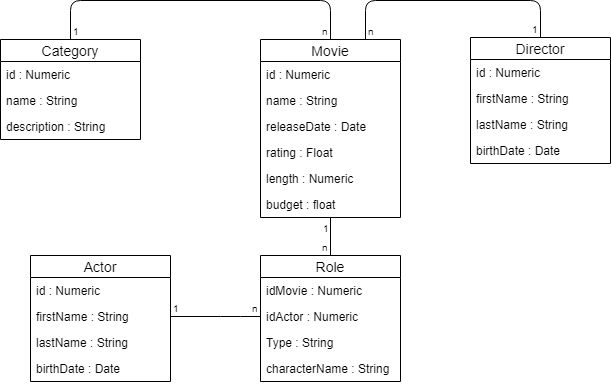
Before: mssql/SQLmodelLogiczny.png, a diagram exported from draw.io (jdabrowski11926/SBD_LAB4). Source tidied: cells renumbered, new cells last; positions are measured from the earlier drawing's top-left corner, leaving out a move shared by most shapes.
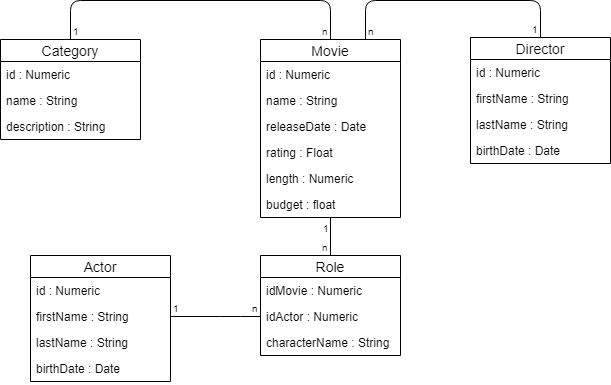
The same file after the commit.

What changed in the source:
```diff
@@ -65,7 +65,7 @@
       <mxGeometry y="100" width="140" height="26" as="geometry" />
     </mxCell>
     <mxCell id="21" value="Role" style="swimlane;fontStyle=0;horizontal=1;startSize=22;fillColor=none;swimlaneFillColor=#ffffff;align=center;fontSize=14;" parent="1" vertex="1">
-      <mxGeometry x="260" y="255" width="140" height="126" as="geometry" />
+      <mxGeometry x="260" y="255" width="140" height="100" as="geometry" />
     </mxCell>
     <mxCell id="22" value="idMovie : Numeric" style="text;strokeColor=none;fillColor=none;spacingLeft=4;spacingRight=4;overflow=hidden;fontSize=12;" parent="21" vertex="1">
       <mxGeometry y="22" width="140" height="26" as="geometry" />
@@ -73,11 +73,8 @@
     <mxCell id="23" value="idActor : Numeric" style="text;strokeColor=none;fillColor=none;spacingLeft=4;spacingRight=4;overflow=hidden;fontSize=12;" parent="21" vertex="1">
       <mxGeometry y="48" width="140" height="26" as="geometry" />
     </mxCell>
-    <mxCell id="24" value="Type : String" style="text;strokeColor=none;fillColor=none;spacingLeft=4;spacingRight=4;overflow=hidden;fontSize=12;" parent="21" vertex="1">
-      <mxGeometry y="74" width="140" height="26" as="geometry" />
-    </mxCell>
     <mxCell id="25" value="characterName : String" style="text;strokeColor=none;fillColor=none;spacingLeft=4;spacingRight=4;overflow=hidden;fontSize=12;" parent="21" vertex="1">
-      <mxGeometry y="100" width="140" height="26" as="geometry" />
+      <mxGeometry y="74" width="140" height="26" as="geometry" />
     </mxCell>
     <mxCell id="26" style="endArrow=none;html=1;edgeStyle=orthogonalEdgeStyle;exitX=1;exitY=0.5;exitDx=0;exitDy=0;" parent="1" edge="1" source="18" target="21">
       <mxGeometry relative="1" as="geometry">
```
